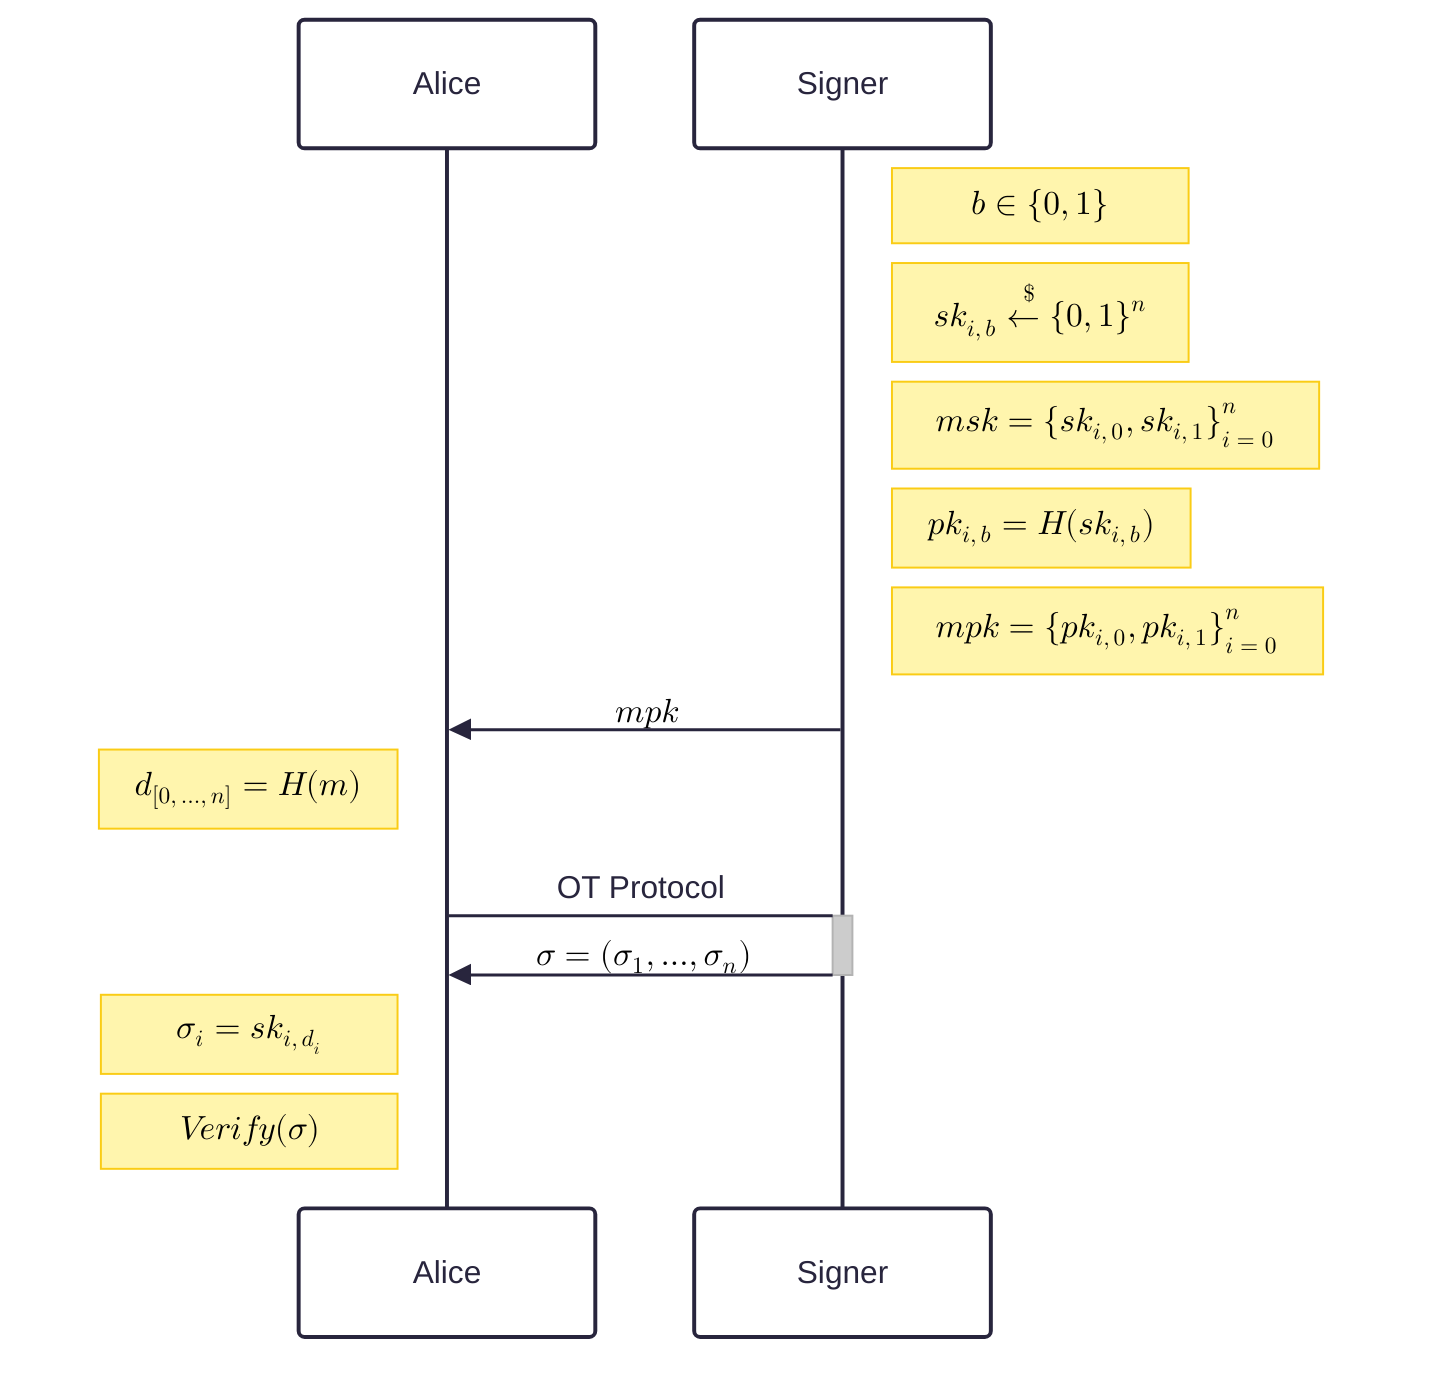
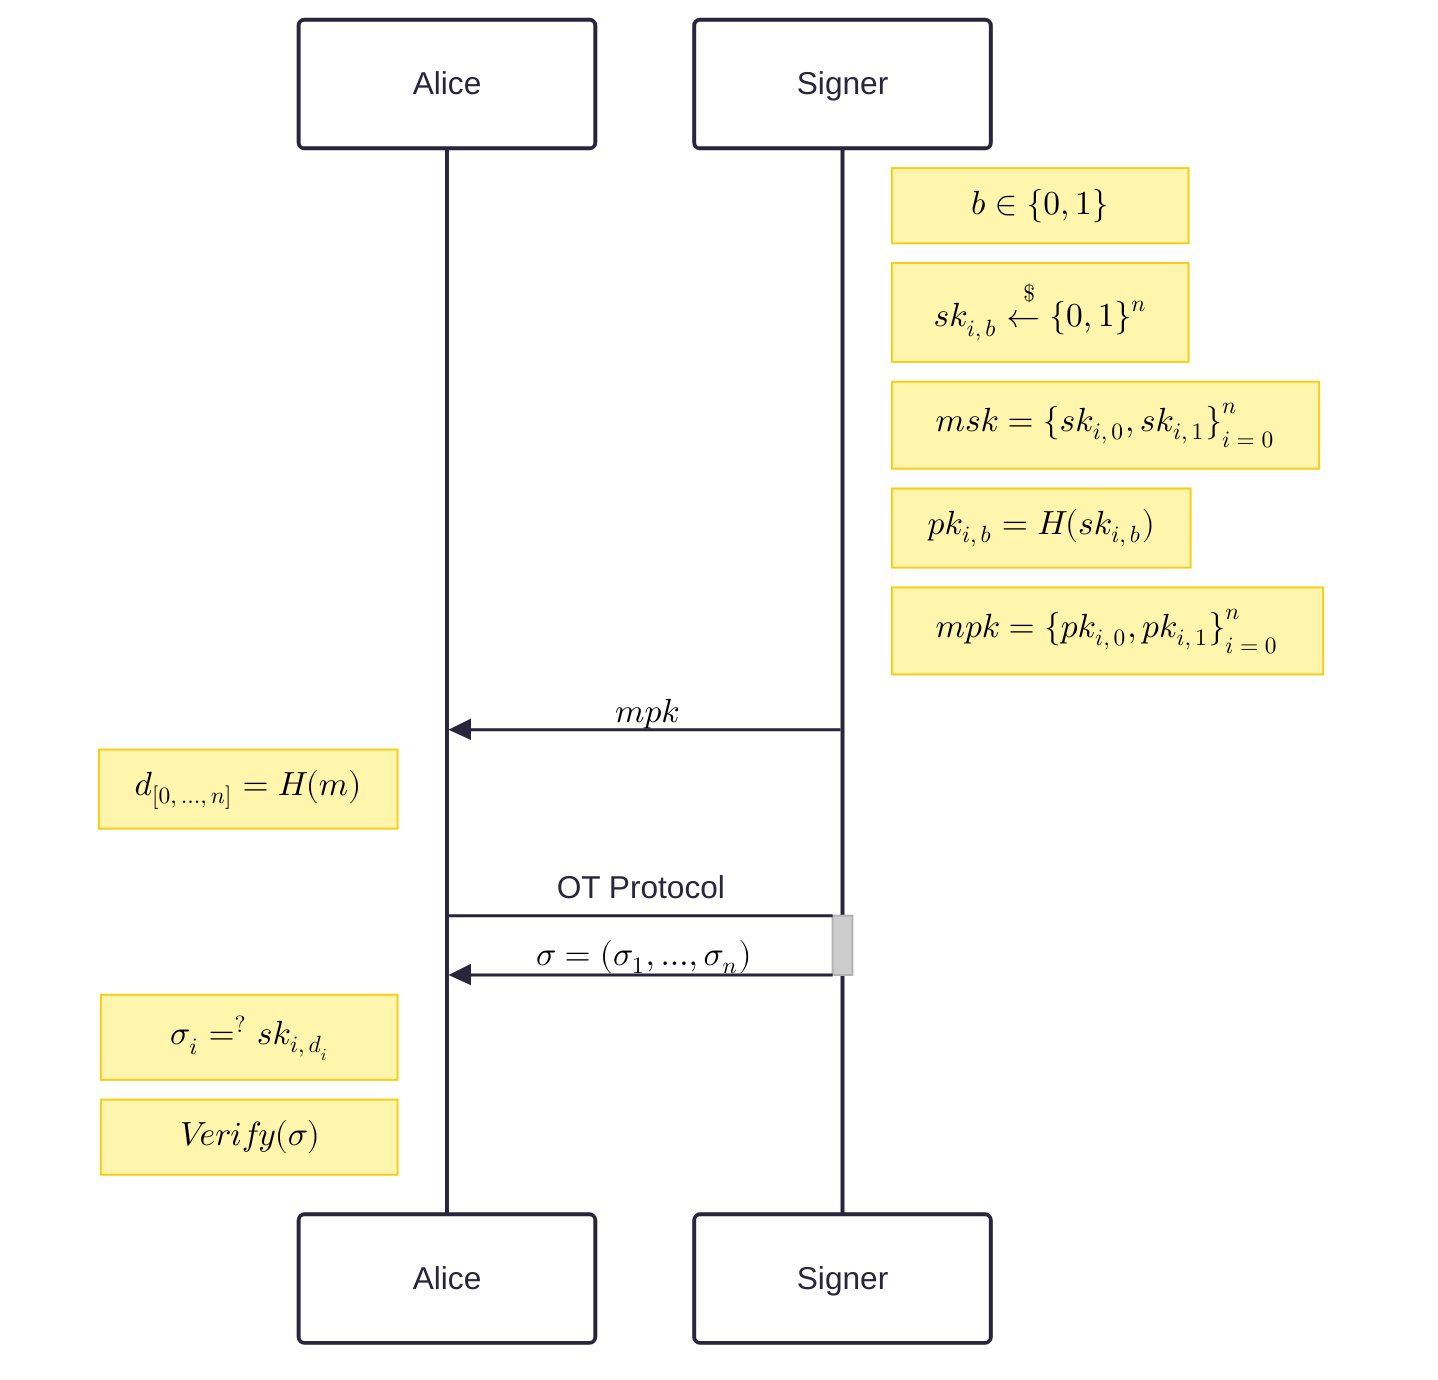
---
config:
  look: handDrawn
  theme: redux
---
sequenceDiagram
        participant A as Alice
        participant S as Signer

        note right of S: $$b \in \{0, 1\}$$

        note right of S: $$sk_{i, b} \xleftarrow{\$}{\{0, 1\}^{n}}$$

        note right of S: $$ msk = \{sk_{i, 0}, sk_{i, 1}\}_{i=0}^{n}$$
        note right of S: $$ pk_{i, b} = H(sk_{i, b})$$

        note right of S: $$ mpk = \{pk_{i, 0}, pk_{i, 1}\}_{i=0}^{n}$$

        S ->> A: $$mpk$$

        note left of A: $$d_{[0, ..., n]} = H(m)$$

        A ->+ S: OT Protocol

        S ->>- A: $$\sigma = (\sigma_{1}, ..., \sigma_{n}) $$

-         note left of A: $$\sigma_{i} = sk_{i, d_{i}}$$
+         note left of A: $$\sigma_{i} =^{?} sk_{i, d_{i}}$$

        note left of A: $$Verify(\sigma)$$
